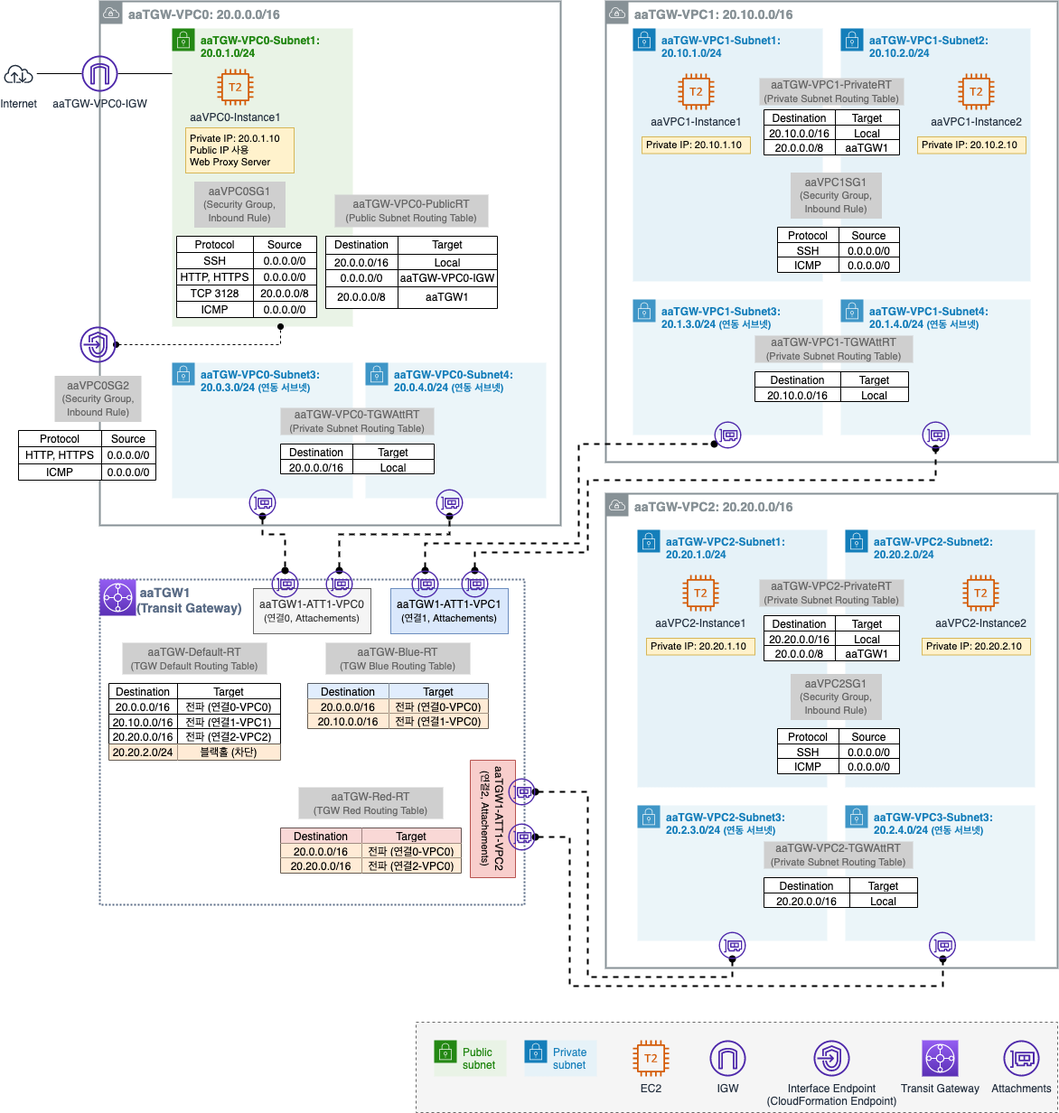
assu10/assu10.github.io keeps this draw.io diagram as assets/img/dev/2022/1211/tgw_flow.png. Above is the earlier version. Source tidied: cells renumbered, new cells last; positions are measured from the earlier drawing's top-left corner, leaving out a move shared by most shapes.
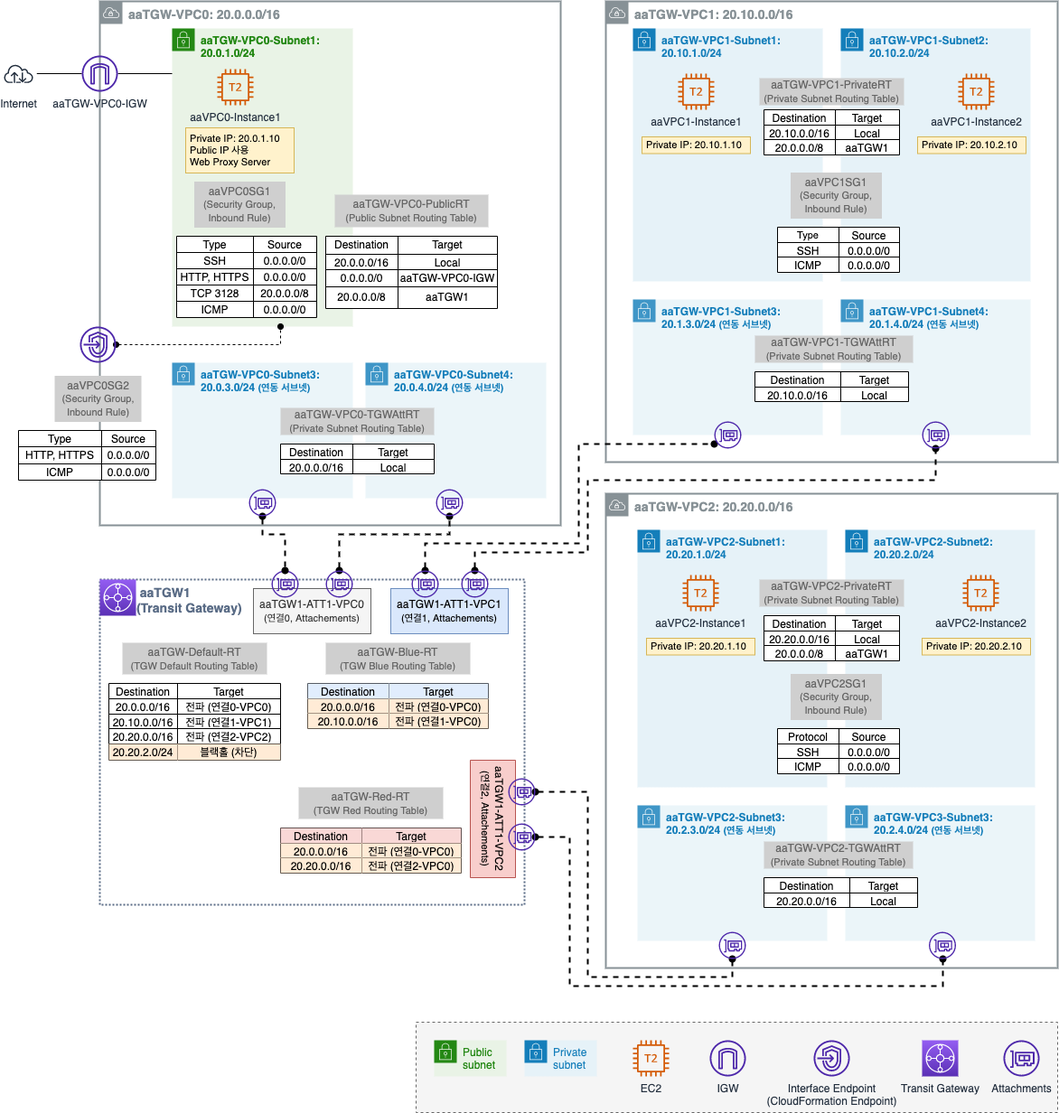
After the change.

Diff of the diagram source:
```diff
@@ -114,7 +114,7 @@
     <mxCell id="35" style="shape=tableRow;horizontal=0;startSize=0;swimlaneHead=0;swimlaneBody=0;strokeColor=inherit;top=0;left=0;bottom=0;right=0;fillColor=none;fontSize=14;" parent="34" vertex="1">
       <mxGeometry width="155" height="18" as="geometry" />
     </mxCell>
-    <mxCell id="36" value="Protocol" style="shape=partialRectangle;html=1;whiteSpace=wrap;strokeColor=inherit;overflow=hidden;fillColor=none;top=0;left=0;bottom=0;right=0;fontSize=12;" parent="35" vertex="1">
+    <mxCell id="36" value="Type" style="shape=partialRectangle;html=1;whiteSpace=wrap;strokeColor=inherit;overflow=hidden;fillColor=none;top=0;left=0;bottom=0;right=0;fontSize=12;" parent="35" vertex="1">
       <mxGeometry width="85" height="18" as="geometry" />
     </mxCell>
     <mxCell id="37" value="Source" style="shape=partialRectangle;html=1;whiteSpace=wrap;strokeColor=inherit;overflow=hidden;fillColor=none;top=0;left=0;bottom=0;right=0;fontSize=12;" parent="35" vertex="1">
@@ -165,7 +165,7 @@
     <mxCell id="52" style="shape=tableRow;horizontal=0;startSize=0;swimlaneHead=0;swimlaneBody=0;strokeColor=inherit;top=0;left=0;bottom=0;right=0;fillColor=none;fontColor=#666666;" parent="51" vertex="1">
       <mxGeometry width="152" height="18" as="geometry" />
     </mxCell>
-    <mxCell id="53" value="Protocol" style="shape=partialRectangle;html=1;whiteSpace=wrap;strokeColor=inherit;overflow=hidden;fillColor=none;top=0;left=0;bottom=0;right=0;fontColor=#000000;" parent="52" vertex="1">
+    <mxCell id="53" value="Type" style="shape=partialRectangle;html=1;whiteSpace=wrap;strokeColor=inherit;overflow=hidden;fillColor=none;top=0;left=0;bottom=0;right=0;fontColor=#000000;" parent="52" vertex="1">
       <mxGeometry width="92" height="18" as="geometry" />
     </mxCell>
     <mxCell id="54" value="Source" style="shape=partialRectangle;html=1;whiteSpace=wrap;strokeColor=inherit;overflow=hidden;fillColor=none;top=0;left=0;bottom=0;right=0;fontColor=#000000;" parent="52" vertex="1">
@@ -255,7 +255,7 @@
     <mxCell id="82" style="shape=tableRow;horizontal=0;startSize=0;swimlaneHead=0;swimlaneBody=0;strokeColor=inherit;top=0;left=0;bottom=0;right=0;fillColor=none;fontSize=11;" parent="81" vertex="1">
       <mxGeometry width="135" height="17" as="geometry" />
     </mxCell>
-    <mxCell id="83" value="&lt;font style=&quot;font-size: 12px;&quot;&gt;Protocol&lt;/font&gt;" style="shape=partialRectangle;html=1;whiteSpace=wrap;strokeColor=inherit;overflow=hidden;fillColor=none;top=0;left=0;bottom=0;right=0;fontSize=11;" parent="82" vertex="1">
+    <mxCell id="83" value="Type" style="shape=partialRectangle;html=1;whiteSpace=wrap;strokeColor=inherit;overflow=hidden;fillColor=none;top=0;left=0;bottom=0;right=0;fontSize=11;" parent="82" vertex="1">
       <mxGeometry width="68" height="17" as="geometry" />
     </mxCell>
     <mxCell id="84" value="Source" style="shape=partialRectangle;html=1;whiteSpace=wrap;strokeColor=inherit;overflow=hidden;fillColor=none;top=0;left=0;bottom=0;right=0;fontSize=12;" parent="82" vertex="1">
```
